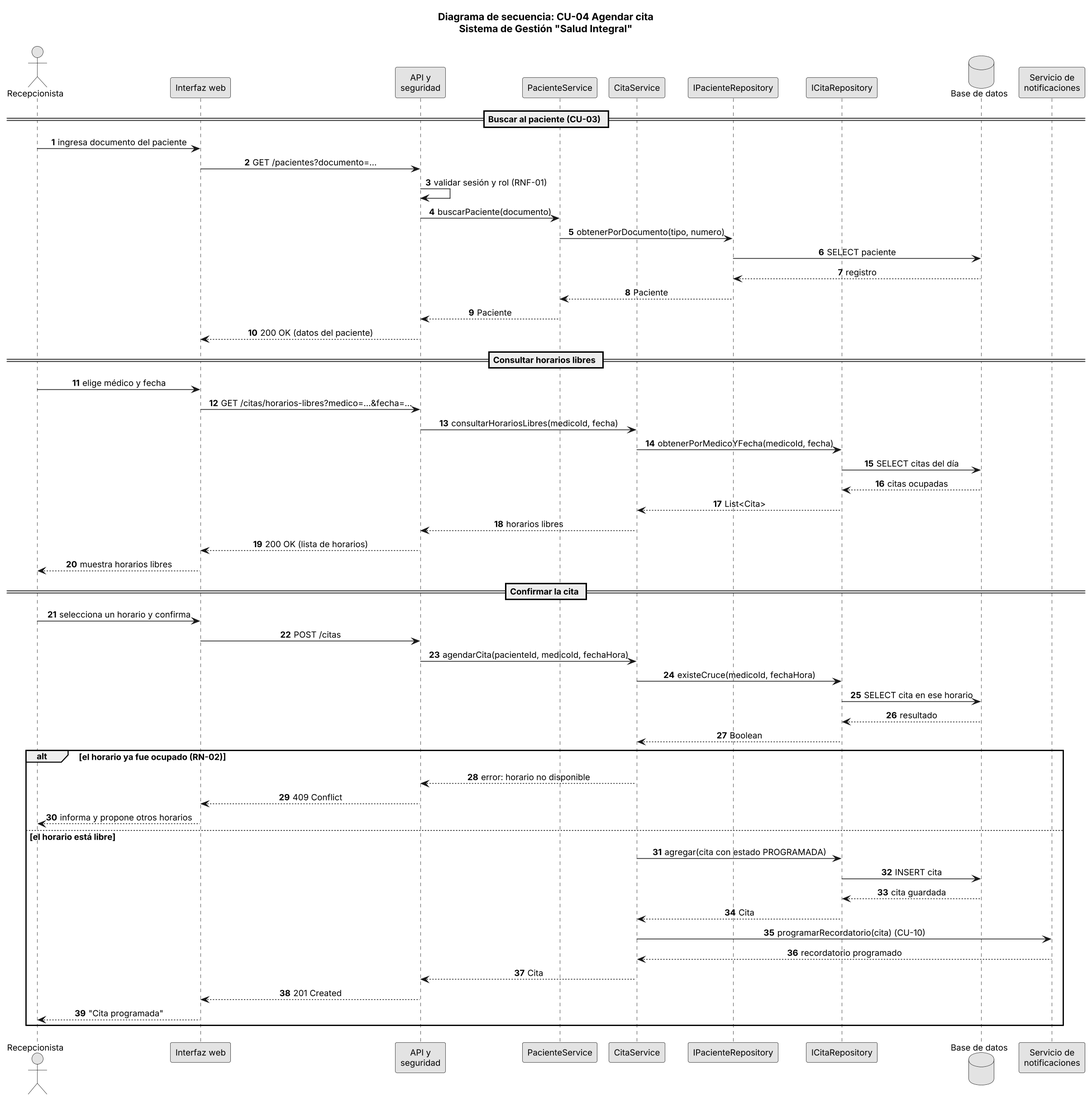
The PlantUML diagram docs/uml/img/03_secuencia_agendar_cita.png in JNACHO2001/consultorio-medico, before a commit.
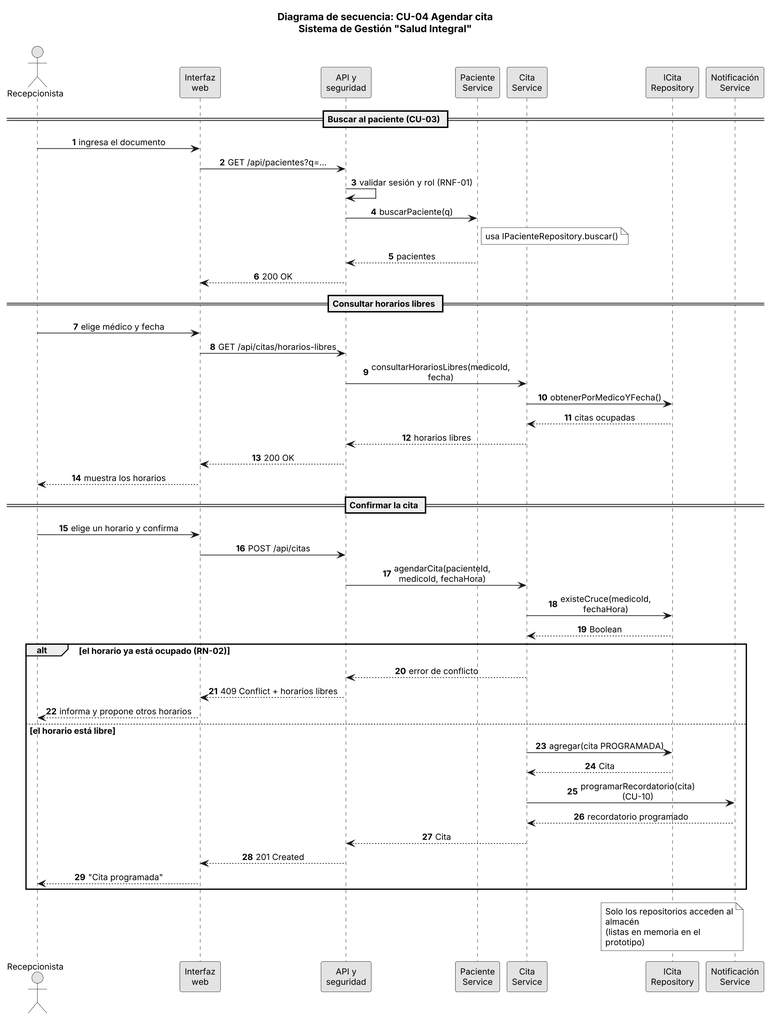
After the commit.

Commit message:
docs(uml): imagen PNG del diagrama de secuencia

Change to the diagram source:
```diff
@@ -6,62 +6,53 @@
 skinparam defaultFontSize 12
 skinparam sequenceMessageAlign center
 skinparam responseMessageBelowArrow true
+skinparam wrapWidth 190
+skinparam maxMessageSize 190
 
 title Diagrama de secuencia: CU-04 Agendar cita\nSistema de Gestión "Salud Integral"
 
 actor "Recepcionista" as REC
-participant "Interfaz web" as UI
+participant "Interfaz\nweb" as UI
 participant "API y\nseguridad" as API
-participant "PacienteService" as PS
-participant "CitaService" as CS
-participant "IPacienteRepository" as PR
-participant "ICitaRepository" as CR
-database "Base de datos" as BD
-participant "Servicio de\nnotificaciones" as NOT
+participant "Paciente\nService" as PS
+participant "Cita\nService" as CS
+participant "ICita\nRepository" as CR
+participant "Notificación\nService" as NOT
 
 autonumber
 
 == Buscar al paciente (CU-03) ==
-REC -> UI : ingresa documento del paciente
-UI -> API : GET /pacientes?documento=...
+REC -> UI : ingresa el documento
+UI -> API : GET /api/pacientes?q=...
 API -> API : validar sesión y rol (RNF-01)
-API -> PS : buscarPaciente(documento)
-PS -> PR : obtenerPorDocumento(tipo, numero)
-PR -> BD : SELECT paciente
-BD --> PR : registro
-PR --> PS : Paciente
-PS --> API : Paciente
-API --> UI : 200 OK (datos del paciente)
+API -> PS : buscarPaciente(q)
+note right of PS : usa IPacienteRepository.buscar()
+PS --> API : pacientes
+API --> UI : 200 OK
 
 == Consultar horarios libres ==
 REC -> UI : elige médico y fecha
-UI -> API : GET /citas/horarios-libres?medico=...&fecha=...
+UI -> API : GET /api/citas/horarios-libres
 API -> CS : consultarHorariosLibres(medicoId, fecha)
-CS -> CR : obtenerPorMedicoYFecha(medicoId, fecha)
-CR -> BD : SELECT citas del día
-BD --> CR : citas ocupadas
-CR --> CS : List<Cita>
+CS -> CR : obtenerPorMedicoYFecha()
+CR --> CS : citas ocupadas
 CS --> API : horarios libres
-API --> UI : 200 OK (lista de horarios)
-UI --> REC : muestra horarios libres
+API --> UI : 200 OK
+UI --> REC : muestra los horarios
 
 == Confirmar la cita ==
-REC -> UI : selecciona un horario y confirma
-UI -> API : POST /citas
+REC -> UI : elige un horario y confirma
+UI -> API : POST /api/citas
 API -> CS : agendarCita(pacienteId, medicoId, fechaHora)
 CS -> CR : existeCruce(medicoId, fechaHora)
-CR -> BD : SELECT cita en ese horario
-BD --> CR : resultado
 CR --> CS : Boolean
 
-alt el horario ya fue ocupado (RN-02)
-  CS --> API : error: horario no disponible
-  API --> UI : 409 Conflict
+alt el horario ya está ocupado (RN-02)
+  CS --> API : error de conflicto
+  API --> UI : 409 Conflict + horarios libres
   UI --> REC : informa y propone otros horarios
 else el horario está libre
-  CS -> CR : agregar(cita con estado PROGRAMADA)
-  CR -> BD : INSERT cita
-  BD --> CR : cita guardada
+  CS -> CR : agregar(cita PROGRAMADA)
   CR --> CS : Cita
   CS -> NOT : programarRecordatorio(cita) (CU-10)
   NOT --> CS : recordatorio programado
@@ -70,4 +61,6 @@
   UI --> REC : "Cita programada"
 end
 
+note over CR : Solo los repositorios acceden al almacén\n(listas en memoria en el prototipo)
+
 @enduml
```
